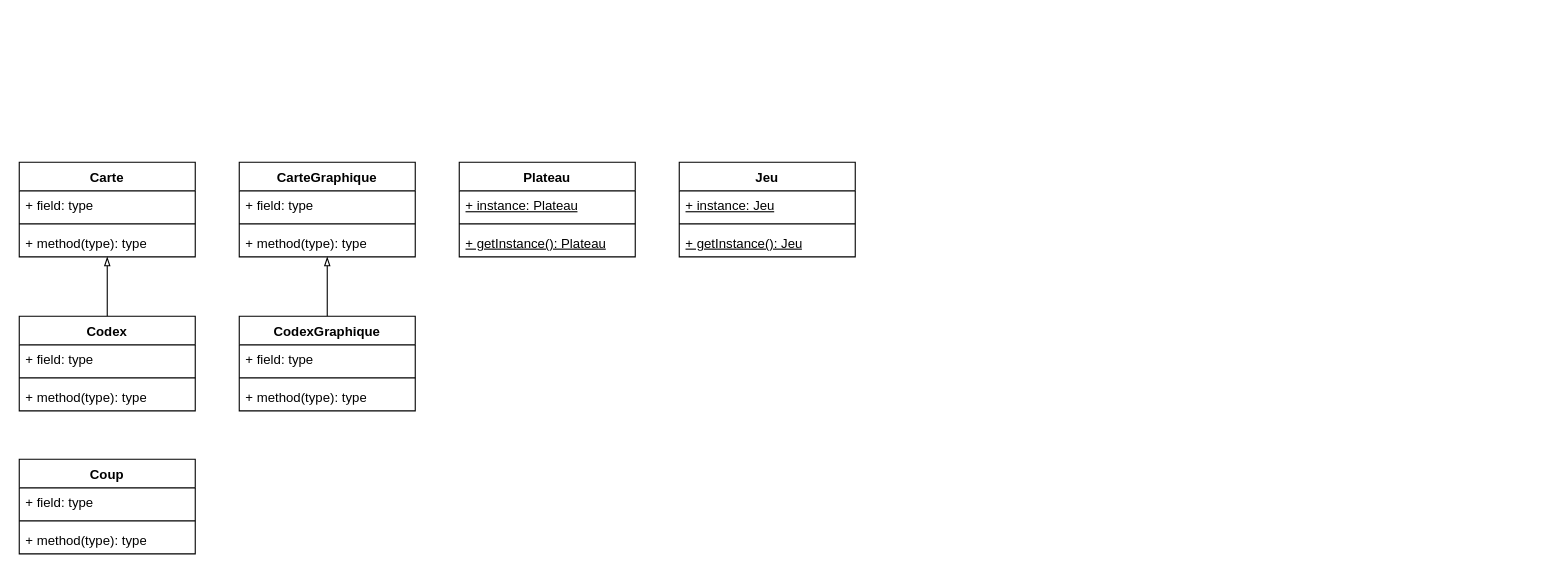
The draw.io diagram UMLClasses.drawio in AEtheve/PROJET-Antinomy, before the edit. Source tidied: cells renumbered, new cells numbered last; positions are measured from the earlier drawing's top-left corner, leaving out a move shared by most shapes. Both pictures are drawn from the tidied source at 110%, with x=0, y=0 at pixel (19, 162).
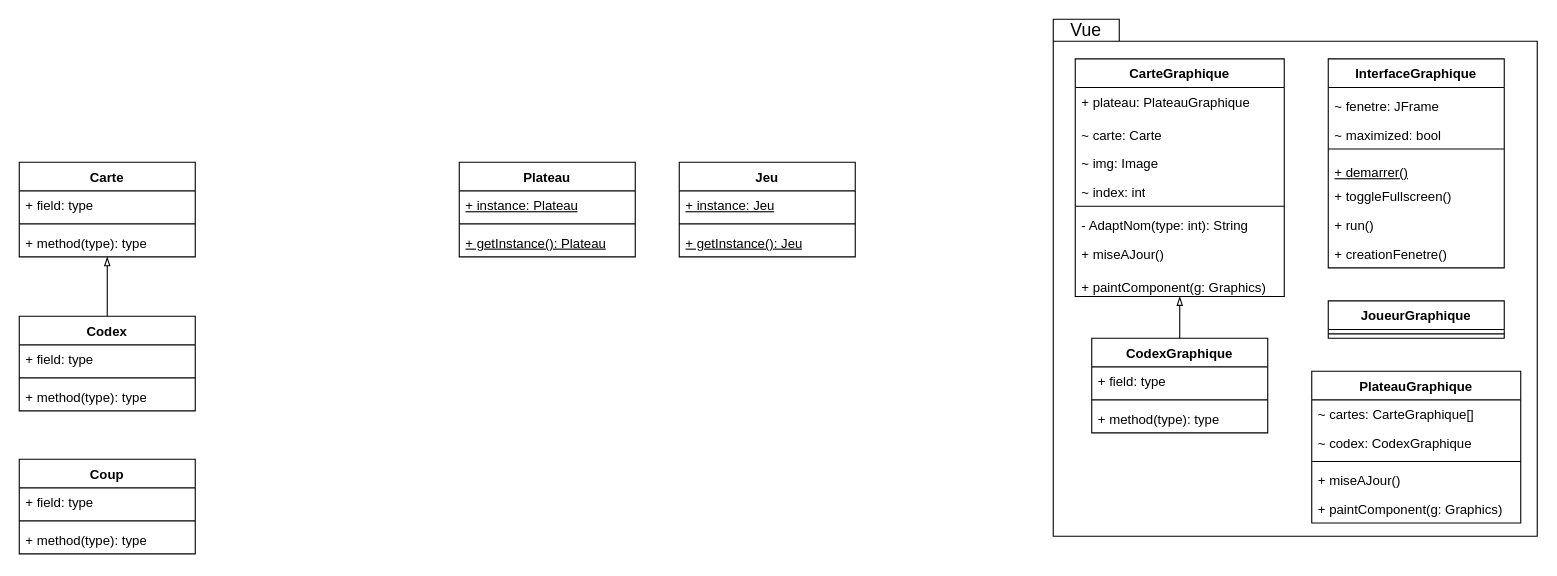
The same page after the edit.

Commit message:
Ajout package Vue

What changed in the source:
```diff
@@
+    <mxCell id="32" style="shape=folder;fontStyle=1;spacingTop=10;tabWidth=60;tabHeight=20;tabPosition=left;html=1;whiteSpace=wrap;align=center;" parent="1" vertex="1">
+      <mxGeometry x="940" y="-130" width="440" height="470" as="geometry" />
+    </mxCell>
+    <mxCell id="33" value="Vue" style="text;html=1;strokeColor=none;fillColor=none;align=center;verticalAlign=middle;whiteSpace=wrap;rounded=0;fontSize=16;" parent="1" vertex="1">
+      <mxGeometry x="940" y="-130" width="60" height="20" as="geometry" />
+    </mxCell>
@@
-    <mxCell id="11" value="CarteGraphique" style="swimlane;fontStyle=1;align=center;verticalAlign=top;horizontal=1;startSize=26;whiteSpace=wrap;html=1;" parent="1" vertex="1">
-      <mxGeometry x="200" width="160" height="86" as="geometry" />
-    </mxCell>
-    <mxCell id="12" value="+ field: type" style="text;strokeColor=none;fillColor=none;align=left;verticalAlign=top;spacingLeft=4;spacingRight=4;overflow=hidden;whiteSpace=wrap;html=1;" parent="11" vertex="1">
-      <mxGeometry y="26" width="160" height="26" as="geometry" />
-    </mxCell>
-    <mxCell id="13" style="line;strokeWidth=1;fillColor=none;align=left;verticalAlign=middle;spacingTop=-1;spacingLeft=3;spacingRight=3;labelPosition=right;strokeColor=inherit;" parent="11" vertex="1">
-      <mxGeometry y="52" width="160" height="8" as="geometry" />
-    </mxCell>
-    <mxCell id="14" value="+ method(type): type" style="text;strokeColor=none;fillColor=none;align=left;verticalAlign=top;spacingLeft=4;spacingRight=4;overflow=hidden;whiteSpace=wrap;html=1;" parent="11" vertex="1">
-      <mxGeometry y="60" width="160" height="26" as="geometry" />
-    </mxCell>
-    <mxCell id="15" style="edgeStyle=orthogonalEdgeStyle;rounded=0;jettySize=auto;html=1;exitX=0.5;exitY=0;exitDx=0;exitDy=0;endArrow=blockThin;endFill=0;" parent="1" edge="1" source="16" target="11">
-      <mxGeometry relative="1" as="geometry" />
-    </mxCell>
-    <mxCell id="16" value="CodexGraphique" style="swimlane;fontStyle=1;align=center;verticalAlign=top;horizontal=1;startSize=26;whiteSpace=wrap;html=1;" parent="1" vertex="1">
-      <mxGeometry x="200" y="140" width="160" height="86" as="geometry" />
-    </mxCell>
-    <mxCell id="17" value="+ field: type" style="text;strokeColor=none;fillColor=none;align=left;verticalAlign=top;spacingLeft=4;spacingRight=4;overflow=hidden;whiteSpace=wrap;html=1;" parent="16" vertex="1">
-      <mxGeometry y="26" width="160" height="26" as="geometry" />
-    </mxCell>
-    <mxCell id="18" style="line;strokeWidth=1;fillColor=none;align=left;verticalAlign=middle;spacingTop=-1;spacingLeft=3;spacingRight=3;labelPosition=right;strokeColor=inherit;" parent="16" vertex="1">
-      <mxGeometry y="52" width="160" height="8" as="geometry" />
-    </mxCell>
-    <mxCell id="19" value="+ method(type): type" style="text;strokeColor=none;fillColor=none;align=left;verticalAlign=top;spacingLeft=4;spacingRight=4;overflow=hidden;whiteSpace=wrap;html=1;" parent="16" vertex="1">
-      <mxGeometry y="60" width="160" height="26" as="geometry" />
-    </mxCell>
@@
+    <mxCell id="11" value="CarteGraphique" style="swimlane;fontStyle=1;align=center;verticalAlign=top;horizontal=1;startSize=26;whiteSpace=wrap;html=1;" parent="1" vertex="1">
+      <mxGeometry x="960" y="-94" width="190" height="216" as="geometry" />
+    </mxCell>
+    <mxCell id="12" value="+ plateau: PlateauGraphique" style="text;strokeColor=none;fillColor=none;align=left;verticalAlign=top;spacingLeft=4;spacingRight=4;overflow=hidden;whiteSpace=wrap;html=1;" parent="11" vertex="1">
+      <mxGeometry y="26" width="190" height="26" as="geometry" />
+    </mxCell>
+    <mxCell id="34" value="&lt;font style=&quot;font-size: 12px;&quot;&gt;~ carte: Carte&lt;/font&gt;" style="text;strokeColor=none;fillColor=none;align=left;verticalAlign=top;spacingLeft=4;spacingRight=4;overflow=hidden;whiteSpace=wrap;html=1;fontSize=16;" parent="11" vertex="1">
+      <mxGeometry y="52" width="190" height="26" as="geometry" />
+    </mxCell>
+    <mxCell id="35" value="&lt;font style=&quot;font-size: 12px;&quot;&gt;~ img: Image&lt;/font&gt;" style="text;strokeColor=none;fillColor=none;align=left;verticalAlign=top;spacingLeft=4;spacingRight=4;overflow=hidden;whiteSpace=wrap;html=1;fontSize=16;" parent="11" vertex="1">
+      <mxGeometry y="78" width="190" height="26" as="geometry" />
+    </mxCell>
+    <mxCell id="36" value="&lt;font style=&quot;font-size: 12px;&quot;&gt;~ index: int&lt;/font&gt;" style="text;strokeColor=none;fillColor=none;align=left;verticalAlign=top;spacingLeft=4;spacingRight=4;overflow=hidden;whiteSpace=wrap;html=1;fontSize=16;" parent="11" vertex="1">
+      <mxGeometry y="104" width="190" height="26" as="geometry" />
+    </mxCell>
+    <mxCell id="13" style="line;strokeWidth=1;fillColor=none;align=left;verticalAlign=middle;spacingTop=-1;spacingLeft=3;spacingRight=3;labelPosition=right;strokeColor=inherit;" parent="11" vertex="1">
+      <mxGeometry y="130" width="190" height="8" as="geometry" />
+    </mxCell>
+    <mxCell id="14" value="- AdaptNom(type: int): String" style="text;strokeColor=none;fillColor=none;align=left;verticalAlign=top;spacingLeft=4;spacingRight=4;overflow=hidden;whiteSpace=wrap;html=1;" parent="11" vertex="1">
+      <mxGeometry y="138" width="190" height="26" as="geometry" />
+    </mxCell>
+    <mxCell id="37" value="+ miseAJour()" style="text;strokeColor=none;fillColor=none;align=left;verticalAlign=top;spacingLeft=4;spacingRight=4;overflow=hidden;whiteSpace=wrap;html=1;" parent="11" vertex="1">
+      <mxGeometry y="164" width="190" height="26" as="geometry" />
+    </mxCell>
+    <mxCell id="38" value="&lt;font style=&quot;font-size: 12px;&quot;&gt;+ paintComponent(g: Graphics)&lt;/font&gt;" style="text;strokeColor=none;fillColor=none;align=left;verticalAlign=top;spacingLeft=4;spacingRight=4;overflow=hidden;whiteSpace=wrap;html=1;fontSize=16;" parent="11" vertex="1">
+      <mxGeometry y="190" width="190" height="26" as="geometry" />
+    </mxCell>
+    <mxCell id="15" style="edgeStyle=orthogonalEdgeStyle;rounded=0;jettySize=auto;html=1;exitX=0.5;exitY=0;exitDx=0;exitDy=0;endArrow=blockThin;endFill=0;" parent="1" edge="1" source="16" target="11">
+      <mxGeometry relative="1" as="geometry" />
+    </mxCell>
+    <mxCell id="16" value="CodexGraphique" style="swimlane;fontStyle=1;align=center;verticalAlign=top;horizontal=1;startSize=26;whiteSpace=wrap;html=1;" parent="1" vertex="1">
+      <mxGeometry x="975" y="160" width="160" height="86" as="geometry" />
+    </mxCell>
+    <mxCell id="17" value="+ field: type" style="text;strokeColor=none;fillColor=none;align=left;verticalAlign=top;spacingLeft=4;spacingRight=4;overflow=hidden;whiteSpace=wrap;html=1;" parent="16" vertex="1">
+      <mxGeometry y="26" width="160" height="26" as="geometry" />
+    </mxCell>
+    <mxCell id="18" style="line;strokeWidth=1;fillColor=none;align=left;verticalAlign=middle;spacingTop=-1;spacingLeft=3;spacingRight=3;labelPosition=right;strokeColor=inherit;" parent="16" vertex="1">
+      <mxGeometry y="52" width="160" height="8" as="geometry" />
+    </mxCell>
+    <mxCell id="19" value="+ method(type): type" style="text;strokeColor=none;fillColor=none;align=left;verticalAlign=top;spacingLeft=4;spacingRight=4;overflow=hidden;whiteSpace=wrap;html=1;" parent="16" vertex="1">
+      <mxGeometry y="60" width="160" height="26" as="geometry" />
+    </mxCell>
+    <mxCell id="39" value="&lt;font style=&quot;font-size: 12px;&quot;&gt;InterfaceGraphique&lt;/font&gt;" style="swimlane;fontStyle=1;align=center;verticalAlign=top;horizontal=1;startSize=26;whiteSpace=wrap;html=1;fontSize=12;" parent="1" vertex="1">
+      <mxGeometry x="1190" y="-94" width="160" height="190" as="geometry" />
+    </mxCell>
+    <mxCell id="40" value="&lt;font style=&quot;font-size: 12px;&quot;&gt;~ fenetre: JFrame&lt;/font&gt;" style="text;strokeColor=none;fillColor=none;align=left;verticalAlign=top;spacingLeft=4;spacingRight=4;overflow=hidden;whiteSpace=wrap;html=1;fontSize=16;" parent="39" vertex="1">
+      <mxGeometry y="26" width="160" height="26" as="geometry" />
+    </mxCell>
+    <mxCell id="41" value="&lt;font style=&quot;font-size: 12px;&quot;&gt;~ maximized: bool&lt;/font&gt;" style="text;strokeColor=none;fillColor=none;align=left;verticalAlign=top;spacingLeft=4;spacingRight=4;overflow=hidden;whiteSpace=wrap;html=1;fontSize=16;" parent="39" vertex="1">
+      <mxGeometry y="52" width="160" height="26" as="geometry" />
+    </mxCell>
+    <mxCell id="42" style="line;strokeWidth=1;fillColor=none;align=left;verticalAlign=middle;spacingTop=-1;spacingLeft=3;spacingRight=3;labelPosition=right;strokeColor=inherit;fontSize=16;" parent="39" vertex="1">
+      <mxGeometry y="78" width="160" height="8" as="geometry" />
+    </mxCell>
+    <mxCell id="43" value="&lt;font style=&quot;font-size: 12px;&quot;&gt;&lt;u&gt;+ demarrer()&lt;/u&gt;&lt;/font&gt;" style="text;strokeColor=none;fillColor=none;align=left;verticalAlign=top;spacingLeft=4;spacingRight=4;overflow=hidden;whiteSpace=wrap;html=1;fontSize=16;" parent="39" vertex="1">
+      <mxGeometry y="86" width="160" height="26" as="geometry" />
+    </mxCell>
+    <mxCell id="44" value="+ toggleFullscreen()" style="text;strokeColor=none;fillColor=none;align=left;verticalAlign=top;spacingLeft=4;spacingRight=4;overflow=hidden;whiteSpace=wrap;html=1;fontSize=12;" parent="39" vertex="1">
+      <mxGeometry y="112" width="160" height="26" as="geometry" />
+    </mxCell>
+    <mxCell id="45" value="+ run()" style="text;strokeColor=none;fillColor=none;align=left;verticalAlign=top;spacingLeft=4;spacingRight=4;overflow=hidden;whiteSpace=wrap;html=1;fontSize=12;" parent="39" vertex="1">
+      <mxGeometry y="138" width="160" height="26" as="geometry" />
+    </mxCell>
+    <mxCell id="46" value="+ creationFenetre()" style="text;strokeColor=none;fillColor=none;align=left;verticalAlign=top;spacingLeft=4;spacingRight=4;overflow=hidden;whiteSpace=wrap;html=1;fontSize=12;" parent="39" vertex="1">
+      <mxGeometry y="164" width="160" height="26" as="geometry" />
+    </mxCell>
+    <mxCell id="47" value="JoueurGraphique" style="swimlane;fontStyle=1;align=center;verticalAlign=top;horizontal=1;startSize=26;whiteSpace=wrap;html=1;fontSize=12;" parent="1" vertex="1">
+      <mxGeometry x="1190" y="126" width="160" height="34" as="geometry" />
+    </mxCell>
+    <mxCell id="48" style="line;strokeWidth=1;fillColor=none;align=left;verticalAlign=middle;spacingTop=-1;spacingLeft=3;spacingRight=3;labelPosition=right;strokeColor=inherit;fontSize=16;" parent="47" vertex="1">
+      <mxGeometry y="26" width="160" height="8" as="geometry" />
+    </mxCell>
+    <mxCell id="49" value="PlateauGraphique" style="swimlane;fontStyle=1;align=center;verticalAlign=top;horizontal=1;startSize=26;whiteSpace=wrap;html=1;fontSize=12;" parent="1" vertex="1">
+      <mxGeometry x="1175" y="190" width="190" height="138" as="geometry" />
+    </mxCell>
+    <mxCell id="50" value="~ cartes: CarteGraphique[]" style="text;strokeColor=none;fillColor=none;align=left;verticalAlign=top;spacingLeft=4;spacingRight=4;overflow=hidden;whiteSpace=wrap;html=1;fontSize=12;" parent="49" vertex="1">
+      <mxGeometry y="26" width="190" height="26" as="geometry" />
+    </mxCell>
+    <mxCell id="51" value="~ codex: CodexGraphique" style="text;strokeColor=none;fillColor=none;align=left;verticalAlign=top;spacingLeft=4;spacingRight=4;overflow=hidden;whiteSpace=wrap;html=1;fontSize=12;" parent="49" vertex="1">
+      <mxGeometry y="52" width="190" height="26" as="geometry" />
+    </mxCell>
+    <mxCell id="52" style="line;strokeWidth=1;fillColor=none;align=left;verticalAlign=middle;spacingTop=-1;spacingLeft=3;spacingRight=3;labelPosition=right;strokeColor=inherit;fontSize=16;" parent="49" vertex="1">
+      <mxGeometry y="78" width="190" height="8" as="geometry" />
+    </mxCell>
+    <mxCell id="53" value="+ miseAJour()" style="text;strokeColor=none;fillColor=none;align=left;verticalAlign=top;spacingLeft=4;spacingRight=4;overflow=hidden;whiteSpace=wrap;html=1;fontSize=12;" parent="49" vertex="1">
+      <mxGeometry y="86" width="190" height="26" as="geometry" />
+    </mxCell>
+    <mxCell id="54" value="+ paintComponent(g: Graphics)" style="text;strokeColor=none;fillColor=none;align=left;verticalAlign=top;spacingLeft=4;spacingRight=4;overflow=hidden;whiteSpace=wrap;html=1;fontSize=12;" parent="49" vertex="1">
+      <mxGeometry y="112" width="190" height="26" as="geometry" />
+    </mxCell>
```
